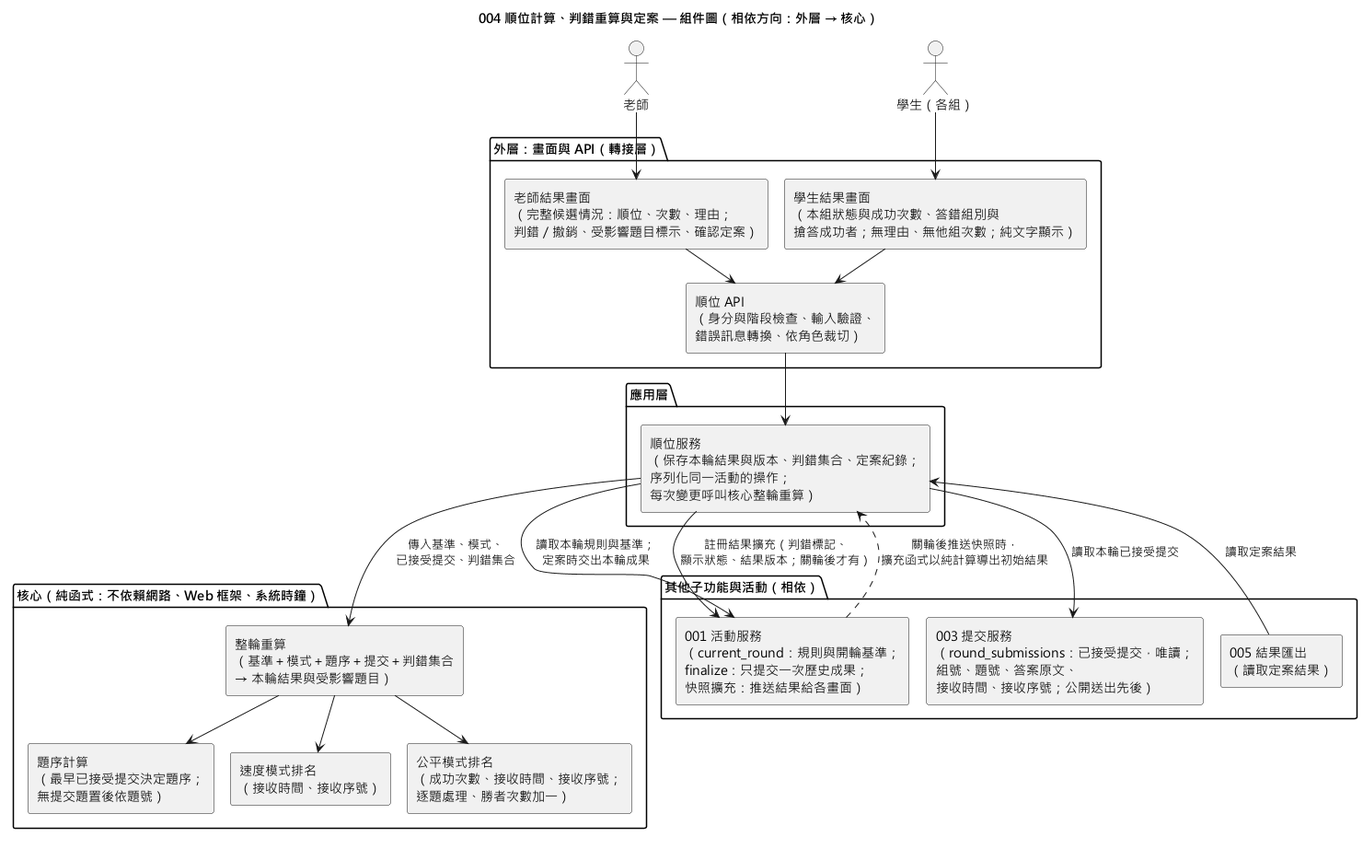
This is diagrams/004-ranking-review-component.png from EricC430/lecture-answer-first_group16_speckit, a PlantUML export, as it was before one commit.
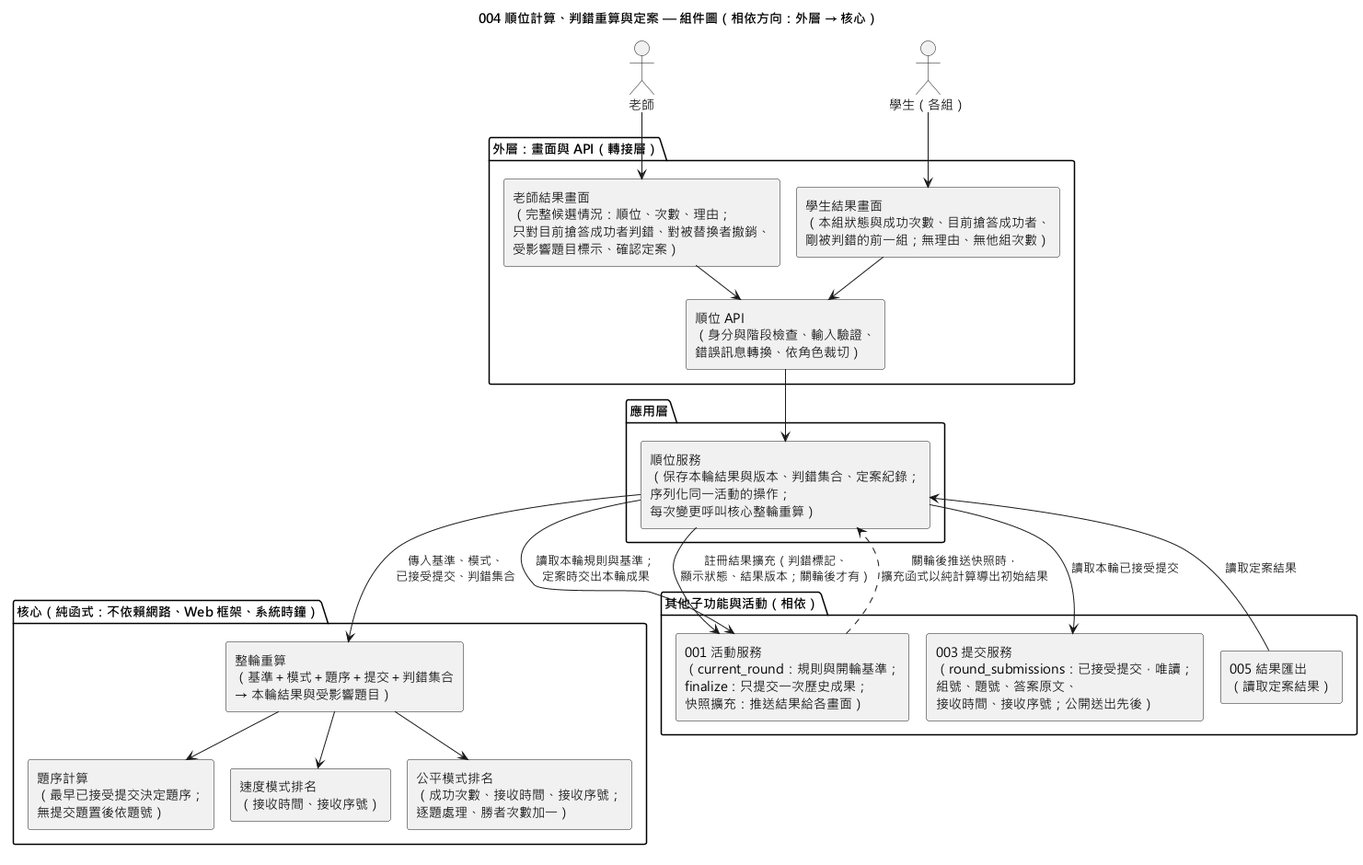
Above is the later version.

Diff of the diagram source:
```diff
@@ -8,8 +8,8 @@
 actor "學生（各組）" as Student
 
 package "外層：畫面與 API（轉接層）" {
-  [老師結果畫面\n（完整候選情況：順位、次數、理由；\n判錯／撤銷、受影響題目標示、確認定案）] as TeacherUI
-  [學生結果畫面\n（本組狀態與成功次數、答錯組別與\n搶答成功者；無理由、無他組次數；純文字顯示）] as StudentUI
+  [老師結果畫面\n（完整候選情況：順位、次數、理由；\n只對目前搶答成功者判錯、對被替換者撤銷、\n受影響題目標示、確認定案）] as TeacherUI
+  [學生結果畫面\n（本組狀態與成功次數、目前搶答成功者、\n剛被判錯的前一組；無理由、無他組次數）] as StudentUI
   [順位 API\n（身分與階段檢查、輸入驗證、\n錯誤訊息轉換、依角色裁切）] as Api
 }
 
```
